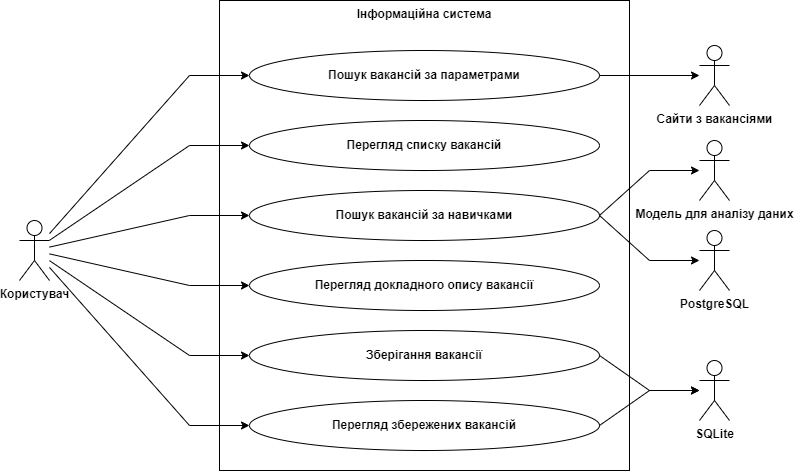
This is Diagrams/Use case/Use case, System.drawio.png from NikitunPVLK/JobSeeker, a draw.io export, as it was before one commit. Source tidied: cells renumbered, new cells last; positions are measured from the earlier drawing's top-left corner, leaving out a move shared by most shapes.
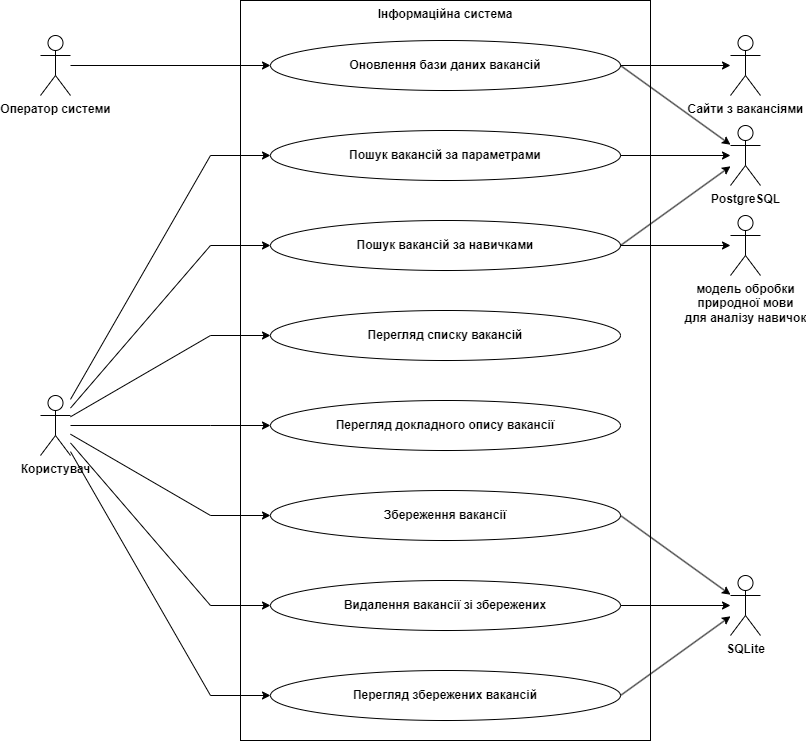
After the commit.

What changed in the source:
```diff
@@ -3,113 +3,125 @@
     <mxCell id="0" />
     <mxCell id="1" parent="0" />
     <mxCell id="2" value="Користувач" style="shape=umlActor;verticalLabelPosition=bottom;verticalAlign=top;html=1;outlineConnect=0;fontStyle=1;" parent="1" vertex="1">
-      <mxGeometry y="220" width="30" height="60" as="geometry" />
+      <mxGeometry y="365" width="30" height="60" as="geometry" />
     </mxCell>
     <mxCell id="3" value="&lt;span&gt;Інформаційна система&lt;/span&gt;" style="rounded=0;whiteSpace=wrap;html=1;verticalAlign=top;fontStyle=1;" parent="1" vertex="1">
-      <mxGeometry x="200" width="410" height="470" as="geometry" />
+      <mxGeometry x="200" y="-30" width="410" height="740" as="geometry" />
     </mxCell>
     <mxCell id="4" value="SQLite" style="shape=umlActor;verticalLabelPosition=bottom;verticalAlign=top;html=1;outlineConnect=0;fontStyle=1;" parent="1" vertex="1">
-      <mxGeometry x="680" y="360" width="30" height="60" as="geometry" />
+      <mxGeometry x="690" y="545" width="30" height="60" as="geometry" />
     </mxCell>
     <mxCell id="5" value="PostgreSQL" style="shape=umlActor;verticalLabelPosition=bottom;verticalAlign=top;html=1;outlineConnect=0;fontStyle=1;" parent="1" vertex="1">
-      <mxGeometry x="680" y="230" width="30" height="60" as="geometry" />
+      <mxGeometry x="690" y="95" width="30" height="60" as="geometry" />
     </mxCell>
     <mxCell id="6" value="Сайти з вакансіями" style="shape=umlActor;verticalLabelPosition=bottom;verticalAlign=top;html=1;outlineConnect=0;fontStyle=1;" parent="1" vertex="1">
-      <mxGeometry x="680" y="45" width="30" height="60" as="geometry" />
+      <mxGeometry x="690" y="5" width="30" height="60" as="geometry" />
     </mxCell>
     <mxCell id="7" value="Пошук вакансій за параметрами" style="ellipse;whiteSpace=wrap;html=1;fontStyle=1;" parent="1" vertex="1">
-      <mxGeometry x="230" y="50" width="350" height="50" as="geometry" />
+      <mxGeometry x="230" y="100" width="350" height="50" as="geometry" />
     </mxCell>
+    <mxCell id="22" style="edgeStyle=orthogonalEdgeStyle;rounded=0;jettySize=auto;html=1;" parent="1" edge="1" source="8" target="13">
+      <mxGeometry relative="1" as="geometry" />
+    </mxCell>
     <mxCell id="8" value="Пошук вакансій за навичками" style="ellipse;whiteSpace=wrap;html=1;fontStyle=1;" parent="1" vertex="1">
       <mxGeometry x="230" y="190" width="350" height="50" as="geometry" />
     </mxCell>
     <mxCell id="9" value="Перегляд збережених вакансій" style="ellipse;whiteSpace=wrap;html=1;fontStyle=1;" parent="1" vertex="1">
-      <mxGeometry x="230" y="400" width="350" height="50" as="geometry" />
+      <mxGeometry x="230" y="640" width="350" height="50" as="geometry" />
     </mxCell>
     <mxCell id="10" value="Перегляд списку вакансій" style="ellipse;whiteSpace=wrap;html=1;fontStyle=1;" parent="1" vertex="1">
-      <mxGeometry x="230" y="120" width="350" height="50" as="geometry" />
+      <mxGeometry x="230" y="280" width="350" height="50" as="geometry" />
     </mxCell>
     <mxCell id="11" value="Перегляд докладного опису вакансії" style="ellipse;whiteSpace=wrap;html=1;fontStyle=1;" parent="1" vertex="1">
-      <mxGeometry x="230" y="260" width="350" height="50" as="geometry" />
+      <mxGeometry x="230" y="370" width="350" height="50" as="geometry" />
     </mxCell>
-    <mxCell id="12" value="Зберігання вакансії" style="ellipse;whiteSpace=wrap;html=1;fontStyle=1;" parent="1" vertex="1">
-      <mxGeometry x="230" y="330" width="350" height="50" as="geometry" />
+    <mxCell id="12" value="Збереження вакансії" style="ellipse;whiteSpace=wrap;html=1;fontStyle=1;" parent="1" vertex="1">
+      <mxGeometry x="230" y="460" width="350" height="50" as="geometry" />
     </mxCell>
-    <mxCell id="13" value="Модель для аналізу даних" style="shape=umlActor;verticalLabelPosition=bottom;verticalAlign=top;html=1;outlineConnect=0;fontStyle=1;" parent="1" vertex="1">
-      <mxGeometry x="680" y="140" width="30" height="60" as="geometry" />
+    <mxCell id="13" value="модель обробки &lt;br&gt;природної мови &lt;br&gt;для аналізу навичок" style="shape=umlActor;verticalLabelPosition=bottom;verticalAlign=top;html=1;outlineConnect=0;fontStyle=1;" parent="1" vertex="1">
+      <mxGeometry x="690" y="185" width="30" height="60" as="geometry" />
     </mxCell>
     <mxCell id="14" style="endArrow=classic;html=1;rounded=0;entryX=0;entryY=0.5;entryDx=0;entryDy=0;" parent="1" edge="1" source="2" target="7">
       <mxGeometry relative="1" as="geometry">
         <Array as="points">
-          <mxPoint x="170" y="75" />
+          <mxPoint x="170" y="125" />
         </Array>
       </mxGeometry>
     </mxCell>
-    <mxCell id="15" style="endArrow=classic;html=1;rounded=0;entryX=0;entryY=0.5;entryDx=0;entryDy=0;" parent="1" edge="1" source="2" target="10">
+    <mxCell id="15" style="endArrow=classic;html=1;rounded=0;entryX=0;entryY=0.5;entryDx=0;entryDy=0;" parent="1" edge="1" source="2" target="8">
       <mxGeometry relative="1" as="geometry">
         <Array as="points">
-          <mxPoint x="170" y="145" />
+          <mxPoint x="170" y="215" />
         </Array>
       </mxGeometry>
     </mxCell>
-    <mxCell id="16" style="endArrow=classic;html=1;rounded=0;entryX=0;entryY=0.5;entryDx=0;entryDy=0;" parent="1" edge="1" source="2" target="8">
+    <mxCell id="16" style="endArrow=classic;html=1;rounded=0;entryX=0;entryY=0.5;entryDx=0;entryDy=0;" parent="1" edge="1" source="2" target="10">
       <mxGeometry relative="1" as="geometry">
         <Array as="points">
-          <mxPoint x="170" y="215" />
+          <mxPoint x="170" y="305" />
         </Array>
       </mxGeometry>
     </mxCell>
     <mxCell id="17" style="endArrow=classic;html=1;rounded=0;entryX=0;entryY=0.5;entryDx=0;entryDy=0;" parent="1" edge="1" source="2" target="11">
       <mxGeometry relative="1" as="geometry">
         <Array as="points">
-          <mxPoint x="170" y="285" />
+          <mxPoint x="170" y="395" />
         </Array>
       </mxGeometry>
     </mxCell>
     <mxCell id="18" style="endArrow=classic;html=1;rounded=0;entryX=0;entryY=0.5;entryDx=0;entryDy=0;" parent="1" edge="1" source="2" target="12">
       <mxGeometry relative="1" as="geometry">
         <Array as="points">
-          <mxPoint x="170" y="355" />
+          <mxPoint x="170" y="485" />
         </Array>
       </mxGeometry>
     </mxCell>
     <mxCell id="19" style="endArrow=classic;html=1;rounded=0;entryX=0;entryY=0.5;entryDx=0;entryDy=0;" parent="1" edge="1" source="2" target="9">
       <mxGeometry relative="1" as="geometry">
         <Array as="points">
-          <mxPoint x="170" y="425" />
+          <mxPoint x="170" y="665" />
         </Array>
       </mxGeometry>
     </mxCell>
-    <mxCell id="20" style="endArrow=classic;html=1;rounded=0;exitX=1;exitY=0.5;exitDx=0;exitDy=0;" parent="1" edge="1" source="7" target="6">
-      <mxGeometry relative="1" as="geometry" />
-    </mxCell>
-    <mxCell id="21" style="endArrow=classic;html=1;rounded=0;exitX=1;exitY=0.5;exitDx=0;exitDy=0;" parent="1" edge="1" source="8" target="5">
-      <mxGeometry relative="1" as="geometry">
-        <Array as="points">
-          <mxPoint x="630" y="260" />
-        </Array>
-      </mxGeometry>
-    </mxCell>
-    <mxCell id="22" style="endArrow=classic;html=1;rounded=0;exitX=1;exitY=0.5;exitDx=0;exitDy=0;" parent="1" edge="1" source="8" target="13">
-      <mxGeometry relative="1" as="geometry">
-        <Array as="points">
-          <mxPoint x="630" y="170" />
-        </Array>
-      </mxGeometry>
-    </mxCell>
+    <mxCell id="25" style="edgeStyle=orthogonalEdgeStyle;rounded=0;jettySize=auto;html=1;" parent="1" edge="1" source="26" target="6">
+      <mxGeometry relative="1" as="geometry" />
+    </mxCell>
+    <mxCell id="26" value="Оновлення бази даних вакансій" style="ellipse;whiteSpace=wrap;html=1;fontStyle=1;" parent="1" vertex="1">
+      <mxGeometry x="230" y="10" width="350" height="50" as="geometry" />
+    </mxCell>
+    <mxCell id="27" value="Оператор системи" style="shape=umlActor;verticalLabelPosition=bottom;verticalAlign=top;html=1;outlineConnect=0;fontStyle=1;" parent="1" vertex="1">
+      <mxGeometry y="5" width="30" height="60" as="geometry" />
+    </mxCell>
+    <mxCell id="28" style="endArrow=classic;html=1;rounded=0;entryX=0;entryY=0.5;entryDx=0;entryDy=0;" parent="1" edge="1" source="27" target="26">
+      <mxGeometry relative="1" as="geometry" />
+    </mxCell>
     <mxCell id="23" style="endArrow=classic;html=1;rounded=0;exitX=1;exitY=0.5;exitDx=0;exitDy=0;" parent="1" edge="1" source="12" target="4">
-      <mxGeometry relative="1" as="geometry">
-        <Array as="points">
-          <mxPoint x="630" y="390" />
-        </Array>
-      </mxGeometry>
+      <mxGeometry relative="1" as="geometry" />
     </mxCell>
     <mxCell id="24" style="endArrow=classic;html=1;rounded=0;exitX=1;exitY=0.5;exitDx=0;exitDy=0;" parent="1" edge="1" source="9" target="4">
-      <mxGeometry relative="1" as="geometry">
-        <Array as="points">
-          <mxPoint x="630" y="390" />
-        </Array>
-      </mxGeometry>
+      <mxGeometry relative="1" as="geometry" />
     </mxCell>
+    <mxCell id="29" style="endArrow=classic;html=1;rounded=0;exitX=1;exitY=0.5;exitDx=0;exitDy=0;" parent="1" edge="1" source="7" target="5">
+      <mxGeometry relative="1" as="geometry" />
+    </mxCell>
+    <mxCell id="30" style="endArrow=classic;html=1;rounded=0;exitX=1;exitY=0.5;exitDx=0;exitDy=0;" parent="1" edge="1" source="26" target="5">
+      <mxGeometry relative="1" as="geometry" />
+    </mxCell>
+    <mxCell id="21" style="endArrow=classic;html=1;rounded=0;exitX=1;exitY=0.5;exitDx=0;exitDy=0;" parent="1" edge="1" source="8" target="5">
+      <mxGeometry relative="1" as="geometry" />
+    </mxCell>
+    <mxCell id="31" style="edgeStyle=orthogonalEdgeStyle;rounded=0;jettySize=auto;html=1;" parent="1" edge="1" source="32" target="4">
+      <mxGeometry relative="1" as="geometry" />
+    </mxCell>
+    <mxCell id="32" value="Видалення вакансії зі збережених" style="ellipse;whiteSpace=wrap;html=1;fontStyle=1;" parent="1" vertex="1">
+      <mxGeometry x="230" y="550" width="350" height="50" as="geometry" />
+    </mxCell>
+    <mxCell id="33" style="endArrow=classic;html=1;rounded=0;entryX=0;entryY=0.5;entryDx=0;entryDy=0;" parent="1" edge="1" source="2" target="32">
+      <mxGeometry relative="1" as="geometry">
+        <Array as="points">
+          <mxPoint x="170" y="575" />
+        </Array>
+      </mxGeometry>
+    </mxCell>
   </root>
 </mxGraphModel>
```
